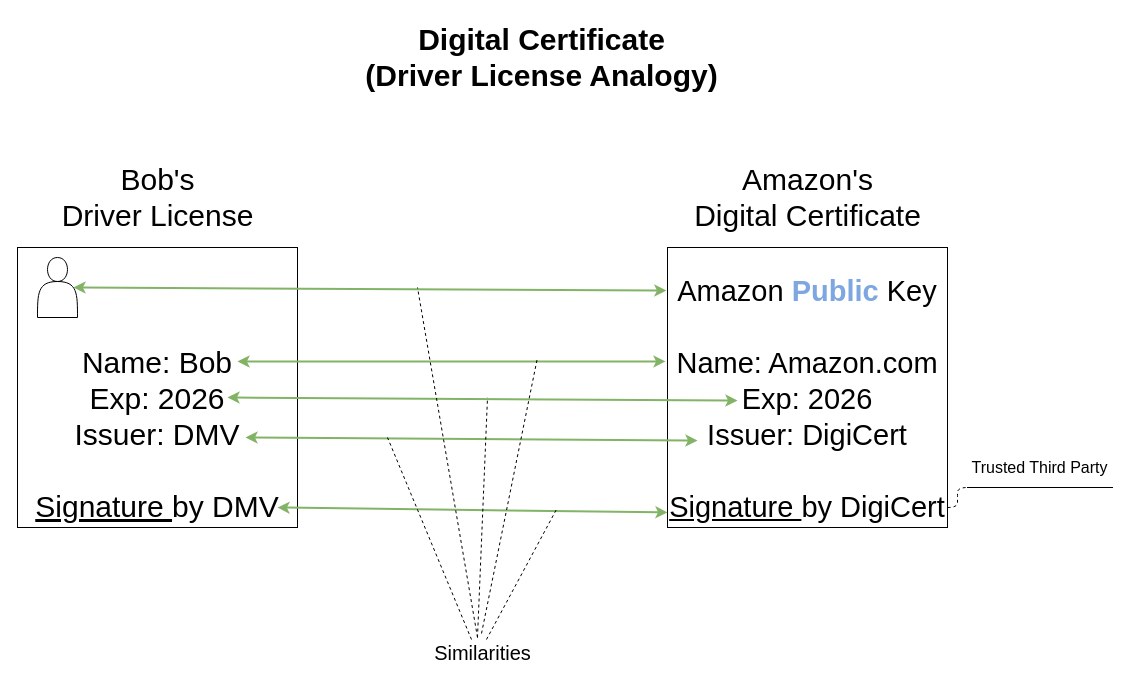
Earlier version of the draw.io diagram Driver License Analogy.drawio (ProTapia/IST-215-Notes). Source tidied: cells renumbered, new cells numbered last; positions are measured from the earlier drawing's top-left corner, leaving out a move shared by most shapes. Both pictures are drawn from the tidied source at 100%, with x=0, y=0 at pixel (17, 17).
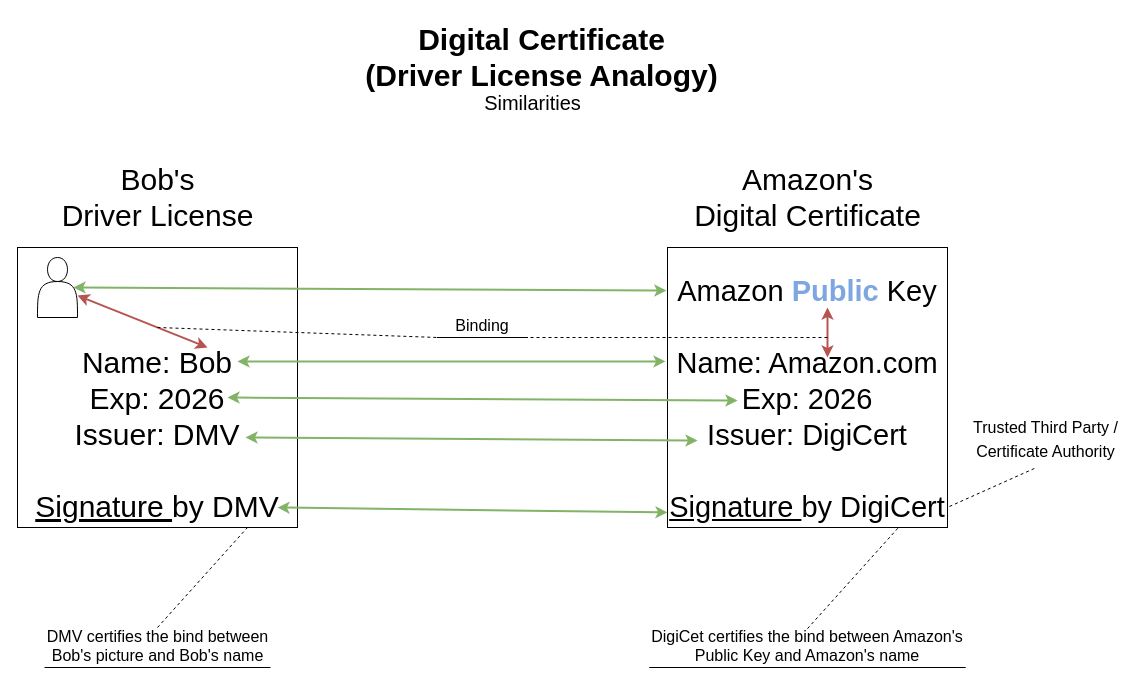
The same page after the edit.

The change refers to these unchanged cells:
```xml
<mxCell id="3" value="Name: Bob&lt;br&gt;Exp: 2026&lt;br&gt;Issuer: DMV&lt;br&gt;&lt;br&gt;&lt;u&gt;Signature &lt;/u&gt;by DMV" style="whiteSpace=wrap;html=1;fontSize=30;verticalAlign=bottom;" parent="1" vertex="1">
  <mxGeometry y="230" width="280" height="280" as="geometry" />
</mxCell>
<mxCell id="4" style="shape=actor;whiteSpace=wrap;html=1;fontSize=30;" parent="1" vertex="1">
  <mxGeometry x="20" y="240" width="40" height="60" as="geometry" />
</mxCell>
<mxCell id="5" value="&lt;font style=&quot;font-size: 29px&quot;&gt;Amazon &lt;b&gt;&lt;font color=&quot;#7ea6e0&quot;&gt;Public &lt;/font&gt;&lt;/b&gt;Key&lt;br&gt;&lt;br&gt;Name: Amazon.com&lt;br&gt;Exp: 2026&lt;br&gt;Issuer: DigiCert&lt;br&gt;&lt;br&gt;&lt;u&gt;Signature &lt;/u&gt;by DigiCert&lt;/font&gt;" style="whiteSpace=wrap;html=1;fontSize=30;verticalAlign=bottom;" parent="1" vertex="1">
  <mxGeometry x="650" y="230" width="280" height="280" as="geometry" />
</mxCell>
```

The edit, as a diff of the source:
```diff
@@
-    <mxCell id="8" value="&lt;font style=&quot;font-size: 16px&quot;&gt;Trusted Third Party&lt;/font&gt;" style="whiteSpace=wrap;html=1;shape=partialRectangle;top=0;left=0;bottom=1;right=0;points=[[0,1],[1,1]];strokeColor=#000000;fillColor=none;align=center;verticalAlign=middle;routingCenterY=0.5;snapToPoint=1;fontSize=30;horizontal=1;" parent="1" vertex="1">
-      <mxGeometry x="950" y="420" width="145" height="50" as="geometry" />
-    </mxCell>
-    <mxCell id="9" style="edgeStyle=entityRelationEdgeStyle;startArrow=none;endArrow=none;segment=10;curved=1;fontSize=30;dashed=1;" parent="1" edge="1" target="8">
-      <mxGeometry relative="1" as="geometry">
-        <mxPoint x="930" y="490" as="sourcePoint" />
-      </mxGeometry>
-    </mxCell>
@@
     <mxCell id="15" value="Similarities" style="text;html=1;align=center;verticalAlign=middle;points=[];fontSize=20;" parent="1" vertex="1">
-      <mxGeometry x="410" y="620" width="110" height="30" as="geometry" />
+      <mxGeometry x="460" y="70" width="110" height="30" as="geometry" />
     </mxCell>
-    <mxCell id="16" style="endArrow=none;dashed=1;html=1;strokeWidth=1;fontSize=20;" parent="1" edge="1">
-      <mxGeometry relative="1" as="geometry">
-        <mxPoint x="460" y="620" as="sourcePoint" />
-        <mxPoint x="400" y="270" as="targetPoint" />
-      </mxGeometry>
-    </mxCell>
-    <mxCell id="17" style="endArrow=none;dashed=1;html=1;strokeWidth=1;fontSize=20;exitX=0.491;exitY=-0.133;exitDx=0;exitDy=0;exitPerimeter=0;" parent="1" edge="1" source="15">
-      <mxGeometry relative="1" as="geometry">
-        <mxPoint x="520" y="340" as="targetPoint" />
-      </mxGeometry>
-    </mxCell>
-    <mxCell id="18" style="endArrow=none;dashed=1;html=1;strokeWidth=1;fontSize=20;" parent="1" edge="1">
-      <mxGeometry relative="1" as="geometry">
-        <mxPoint x="460" y="620" as="sourcePoint" />
-        <mxPoint x="470" y="380" as="targetPoint" />
-      </mxGeometry>
-    </mxCell>
-    <mxCell id="19" style="endArrow=none;dashed=1;html=1;strokeWidth=1;fontSize=20;exitX=0.4;exitY=0.067;exitDx=0;exitDy=0;exitPerimeter=0;" parent="1" edge="1" source="15">
-      <mxGeometry relative="1" as="geometry">
-        <mxPoint x="370" y="420" as="targetPoint" />
-      </mxGeometry>
-    </mxCell>
-    <mxCell id="20" style="endArrow=none;dashed=1;html=1;strokeWidth=1;fontSize=20;exitX=0.536;exitY=0.067;exitDx=0;exitDy=0;exitPerimeter=0;" parent="1" edge="1" source="15">
-      <mxGeometry relative="1" as="geometry">
-        <mxPoint x="540" y="490" as="targetPoint" />
-      </mxGeometry>
-    </mxCell>
+    <mxCell id="21" value="DMV certifies the bind between Bob's picture and Bob's name" style="whiteSpace=wrap;html=1;shape=partialRectangle;top=0;left=0;bottom=1;right=0;strokeColor=#000000;fillColor=none;align=center;verticalAlign=bottom;routingCenterY=0.5;fontSize=16;" parent="1" vertex="1">
+      <mxGeometry x="27.5" y="630" width="225" height="20" as="geometry" />
+    </mxCell>
+    <mxCell id="22" value="&lt;span style=&quot;text-align: left&quot;&gt;DigiCet certifies the bind between Amazon's Public Key and Amazon's name&lt;/span&gt;" style="whiteSpace=wrap;html=1;shape=partialRectangle;top=0;left=0;bottom=1;right=0;strokeColor=#000000;fillColor=none;align=center;verticalAlign=bottom;routingCenterY=0.5;fontSize=16;" parent="1" vertex="1">
+      <mxGeometry x="632.2" y="630" width="315.5" height="20" as="geometry" />
+    </mxCell>
+    <mxCell id="23" value="&lt;font style=&quot;font-size: 16px&quot;&gt;Trusted Third Party /&lt;br&gt;Certificate Authority&lt;br&gt;&lt;/font&gt;" style="text;html=1;align=center;verticalAlign=middle;points=[];fontSize=20;" parent="1" vertex="1">
+      <mxGeometry x="947.5" y="390" width="160" height="60" as="geometry" />
+    </mxCell>
+    <mxCell id="24" style="endArrow=none;dashed=1;html=1;strokeWidth=1;fontSize=20;entryX=0.447;entryY=1;entryDx=0;entryDy=0;entryPerimeter=0;exitX=1.007;exitY=0.925;exitDx=0;exitDy=0;exitPerimeter=0;" parent="1" edge="1" source="5" target="23">
+      <mxGeometry relative="1" as="geometry" />
+    </mxCell>
+    <mxCell id="25" style="endArrow=none;dashed=1;html=1;strokeWidth=1;fontSize=20;entryX=0.825;entryY=0.996;entryDx=0;entryDy=0;entryPerimeter=0;" parent="1" edge="1" target="3">
+      <mxGeometry relative="1" as="geometry">
+        <mxPoint x="140" y="610" as="sourcePoint" />
+      </mxGeometry>
+    </mxCell>
+    <mxCell id="26" style="endArrow=none;dashed=1;html=1;strokeWidth=1;fontSize=20;entryX=0.825;entryY=0.996;entryDx=0;entryDy=0;entryPerimeter=0;" parent="1" edge="1">
+      <mxGeometry relative="1" as="geometry">
+        <mxPoint x="790" y="611.1" as="sourcePoint" />
+        <mxPoint x="881" y="510" as="targetPoint" />
+      </mxGeometry>
+    </mxCell>
+    <mxCell id="27" style="endArrow=classic;startArrow=classic;html=1;strokeWidth=2;fontSize=20;fillColor=#f8cecc;strokeColor=#b85450;" parent="1" edge="1" target="4">
+      <mxGeometry relative="1" as="geometry">
+        <mxPoint x="190" y="330" as="sourcePoint" />
+      </mxGeometry>
+    </mxCell>
+    <mxCell id="28" style="endArrow=classic;startArrow=classic;html=1;strokeWidth=2;fontSize=20;fillColor=#f8cecc;strokeColor=#b85450;" parent="1" edge="1">
+      <mxGeometry relative="1" as="geometry">
+        <mxPoint x="810" y="340" as="sourcePoint" />
+        <mxPoint x="810" y="290" as="targetPoint" />
+      </mxGeometry>
+    </mxCell>
+    <mxCell id="29" value="Binding" style="whiteSpace=wrap;html=1;shape=partialRectangle;top=0;left=0;bottom=1;right=0;points=[[0,1],[1,1]];strokeColor=#000000;fillColor=none;align=center;verticalAlign=bottom;routingCenterY=0.5;snapToPoint=1;fontSize=16;" parent="1" vertex="1">
+      <mxGeometry x="420" y="300" width="90" height="20" as="geometry" />
+    </mxCell>
+    <mxCell id="30" style="endArrow=none;dashed=1;html=1;strokeWidth=1;fontSize=16;entryX=0;entryY=1;entryDx=0;entryDy=0;" parent="1" edge="1" target="29">
+      <mxGeometry relative="1" as="geometry">
+        <mxPoint x="140" y="310" as="sourcePoint" />
+      </mxGeometry>
+    </mxCell>
+    <mxCell id="31" style="endArrow=none;dashed=1;html=1;strokeWidth=1;fontSize=16;" parent="1" edge="1">
+      <mxGeometry relative="1" as="geometry">
+        <mxPoint x="495" y="320" as="sourcePoint" />
+        <mxPoint x="810" y="320" as="targetPoint" />
+      </mxGeometry>
+    </mxCell>
```
